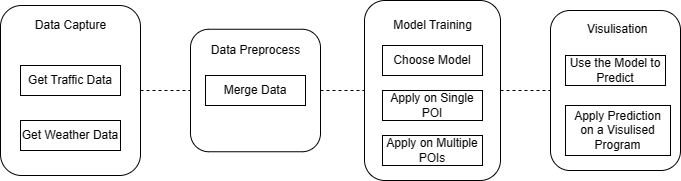
zhuantomato/Population-Density-Pridiction-Based-on-Temperature keeps this draw.io diagram as DOCS/Overall.png. Above is the earlier version. Source tidied: cells renumbered, new cells last; positions are measured from the earlier drawing's top-left corner, leaving out a move shared by most shapes. The source it was exported from:
```xml
<mxGraphModel>
  <root>
    <mxCell id="0" />
    <mxCell id="1" parent="0" />
    <mxCell id="2" style="edgeStyle=orthogonalEdgeStyle;rounded=0;jettySize=auto;html=1;exitX=1;exitY=0.5;exitDx=0;exitDy=0;entryX=0;entryY=0.5;entryDx=0;entryDy=0;dashed=1;endArrow=none;endFill=0;" parent="1" edge="1" source="3" target="4">
      <mxGeometry relative="1" as="geometry" />
    </mxCell>
    <mxCell id="3" style="rounded=1;whiteSpace=wrap;html=1;" parent="1" vertex="1">
      <mxGeometry y="5" width="140" height="170" as="geometry" />
    </mxCell>
    <mxCell id="4" style="rounded=1;whiteSpace=wrap;html=1;" parent="1" vertex="1">
      <mxGeometry x="190" y="28.8" width="130" height="122.5" as="geometry" />
    </mxCell>
    <mxCell id="5" style="rounded=1;whiteSpace=wrap;html=1;" parent="1" vertex="1">
      <mxGeometry x="364" width="136" height="180" as="geometry" />
    </mxCell>
    <mxCell id="6" style="rounded=1;whiteSpace=wrap;html=1;" parent="1" vertex="1">
      <mxGeometry x="550" y="10" width="130" height="160" as="geometry" />
    </mxCell>
    <mxCell id="7" style="edgeStyle=orthogonalEdgeStyle;rounded=0;jettySize=auto;html=1;entryX=0;entryY=0.5;entryDx=0;entryDy=0;dashed=1;endArrow=none;endFill=0;exitX=1;exitY=0.5;exitDx=0;exitDy=0;" parent="1" edge="1" source="4" target="5">
      <mxGeometry relative="1" as="geometry" />
    </mxCell>
    <mxCell id="8" style="edgeStyle=orthogonalEdgeStyle;rounded=0;jettySize=auto;html=1;exitX=1;exitY=0.5;exitDx=0;exitDy=0;entryX=0;entryY=0.5;entryDx=0;entryDy=0;dashed=1;endArrow=none;endFill=0;" parent="1" edge="1" source="5" target="6">
      <mxGeometry relative="1" as="geometry" />
    </mxCell>
    <mxCell id="9" value="Get Traffic Data" style="rounded=0;whiteSpace=wrap;html=1;" parent="1" vertex="1">
      <mxGeometry x="20" y="65" width="100" height="30" as="geometry" />
    </mxCell>
    <mxCell id="10" value="Get Weather Data" style="rounded=0;whiteSpace=wrap;html=1;" parent="1" vertex="1">
      <mxGeometry x="20" y="120" width="100" height="30" as="geometry" />
    </mxCell>
    <mxCell id="11" value="Data Capture" style="text;html=1;align=center;verticalAlign=middle;strokeColor=none;fillColor=none;" parent="1" vertex="1">
      <mxGeometry x="25" y="10" width="90" height="30" as="geometry" />
    </mxCell>
    <mxCell id="12" value="Data Preprocess" style="text;html=1;align=center;verticalAlign=middle;strokeColor=none;fillColor=none;" parent="1" vertex="1">
      <mxGeometry x="200" y="35" width="110" height="30" as="geometry" />
    </mxCell>
    <mxCell id="13" value="Merge Data" style="rounded=0;whiteSpace=wrap;html=1;" parent="1" vertex="1">
      <mxGeometry x="205" y="75" width="100" height="30" as="geometry" />
    </mxCell>
    <mxCell id="14" value="Model Training" style="text;html=1;align=center;verticalAlign=middle;strokeColor=none;fillColor=none;" parent="1" vertex="1">
      <mxGeometry x="382" y="10" width="100" height="30" as="geometry" />
    </mxCell>
    <mxCell id="15" value="Choose Model" style="rounded=0;whiteSpace=wrap;html=1;" parent="1" vertex="1">
      <mxGeometry x="382" y="45" width="100" height="30" as="geometry" />
    </mxCell>
    <mxCell id="16" value="Apply on Single POI" style="rounded=0;whiteSpace=wrap;html=1;" parent="1" vertex="1">
      <mxGeometry x="382" y="90" width="100" height="30" as="geometry" />
    </mxCell>
    <mxCell id="17" value="Apply on Multiple POIs" style="rounded=0;whiteSpace=wrap;html=1;" parent="1" vertex="1">
      <mxGeometry x="382" y="135" width="100" height="30" as="geometry" />
    </mxCell>
    <mxCell id="18" value="&lt;span style=&quot;color: rgb(0, 0, 0); font-family: Helvetica; font-size: 12px; font-style: normal; font-variant-ligatures: normal; font-variant-caps: normal; font-weight: 400; letter-spacing: normal; orphans: 2; text-align: center; text-indent: 0px; text-transform: none; widows: 2; word-spacing: 0px; -webkit-text-stroke-width: 0px; background-color: rgb(251, 251, 251); text-decoration-thickness: initial; text-decoration-style: initial; text-decoration-color: initial; float: none; display: inline !important;&quot;&gt;Visulisation&lt;/span&gt;" style="text;whiteSpace=wrap;html=1;" parent="1" vertex="1">
      <mxGeometry x="585" y="15" width="60" height="30" as="geometry" />
    </mxCell>
    <mxCell id="19" value="Use the Model to Predict" style="rounded=0;whiteSpace=wrap;html=1;" parent="1" vertex="1">
      <mxGeometry x="565" y="55" width="100" height="30" as="geometry" />
    </mxCell>
    <mxCell id="20" value="Apply Prediction on a Visulised Program" style="rounded=0;whiteSpace=wrap;html=1;" parent="1" vertex="1">
      <mxGeometry x="565" y="105" width="105" height="50" as="geometry" />
    </mxCell>
  </root>
</mxGraphModel>
```
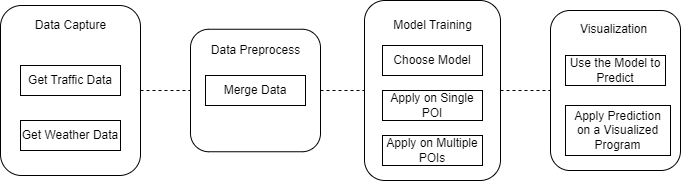
After the change.

Change to the diagram source:
```diff
@@ -50,13 +50,13 @@
     <mxCell id="17" value="Apply on Multiple POIs" style="rounded=0;whiteSpace=wrap;html=1;" parent="1" vertex="1">
       <mxGeometry x="382" y="135" width="100" height="30" as="geometry" />
     </mxCell>
-    <mxCell id="18" value="&lt;span style=&quot;color: rgb(0, 0, 0); font-family: Helvetica; font-size: 12px; font-style: normal; font-variant-ligatures: normal; font-variant-caps: normal; font-weight: 400; letter-spacing: normal; orphans: 2; text-align: center; text-indent: 0px; text-transform: none; widows: 2; word-spacing: 0px; -webkit-text-stroke-width: 0px; background-color: rgb(251, 251, 251); text-decoration-thickness: initial; text-decoration-style: initial; text-decoration-color: initial; float: none; display: inline !important;&quot;&gt;Visulisation&lt;/span&gt;" style="text;whiteSpace=wrap;html=1;" parent="1" vertex="1">
-      <mxGeometry x="585" y="15" width="60" height="30" as="geometry" />
+    <mxCell id="18" value="&lt;span style=&quot;color: rgb(0, 0, 0); font-family: Helvetica; font-size: 12px; font-style: normal; font-variant-ligatures: normal; font-variant-caps: normal; font-weight: 400; letter-spacing: normal; orphans: 2; text-align: center; text-indent: 0px; text-transform: none; widows: 2; word-spacing: 0px; -webkit-text-stroke-width: 0px; background-color: rgb(251, 251, 251); text-decoration-thickness: initial; text-decoration-style: initial; text-decoration-color: initial; float: none; display: inline !important;&quot;&gt;Visualization&lt;/span&gt;" style="text;whiteSpace=wrap;html=1;" parent="1" vertex="1">
+      <mxGeometry x="577.5" y="15" width="75" height="30" as="geometry" />
     </mxCell>
     <mxCell id="19" value="Use the Model to Predict" style="rounded=0;whiteSpace=wrap;html=1;" parent="1" vertex="1">
       <mxGeometry x="565" y="55" width="100" height="30" as="geometry" />
     </mxCell>
-    <mxCell id="20" value="Apply Prediction on a Visulised Program" style="rounded=0;whiteSpace=wrap;html=1;" parent="1" vertex="1">
+    <mxCell id="20" value="Apply Prediction on a Visualized Program" style="rounded=0;whiteSpace=wrap;html=1;" parent="1" vertex="1">
       <mxGeometry x="565" y="105" width="105" height="50" as="geometry" />
     </mxCell>
   </root>
```
